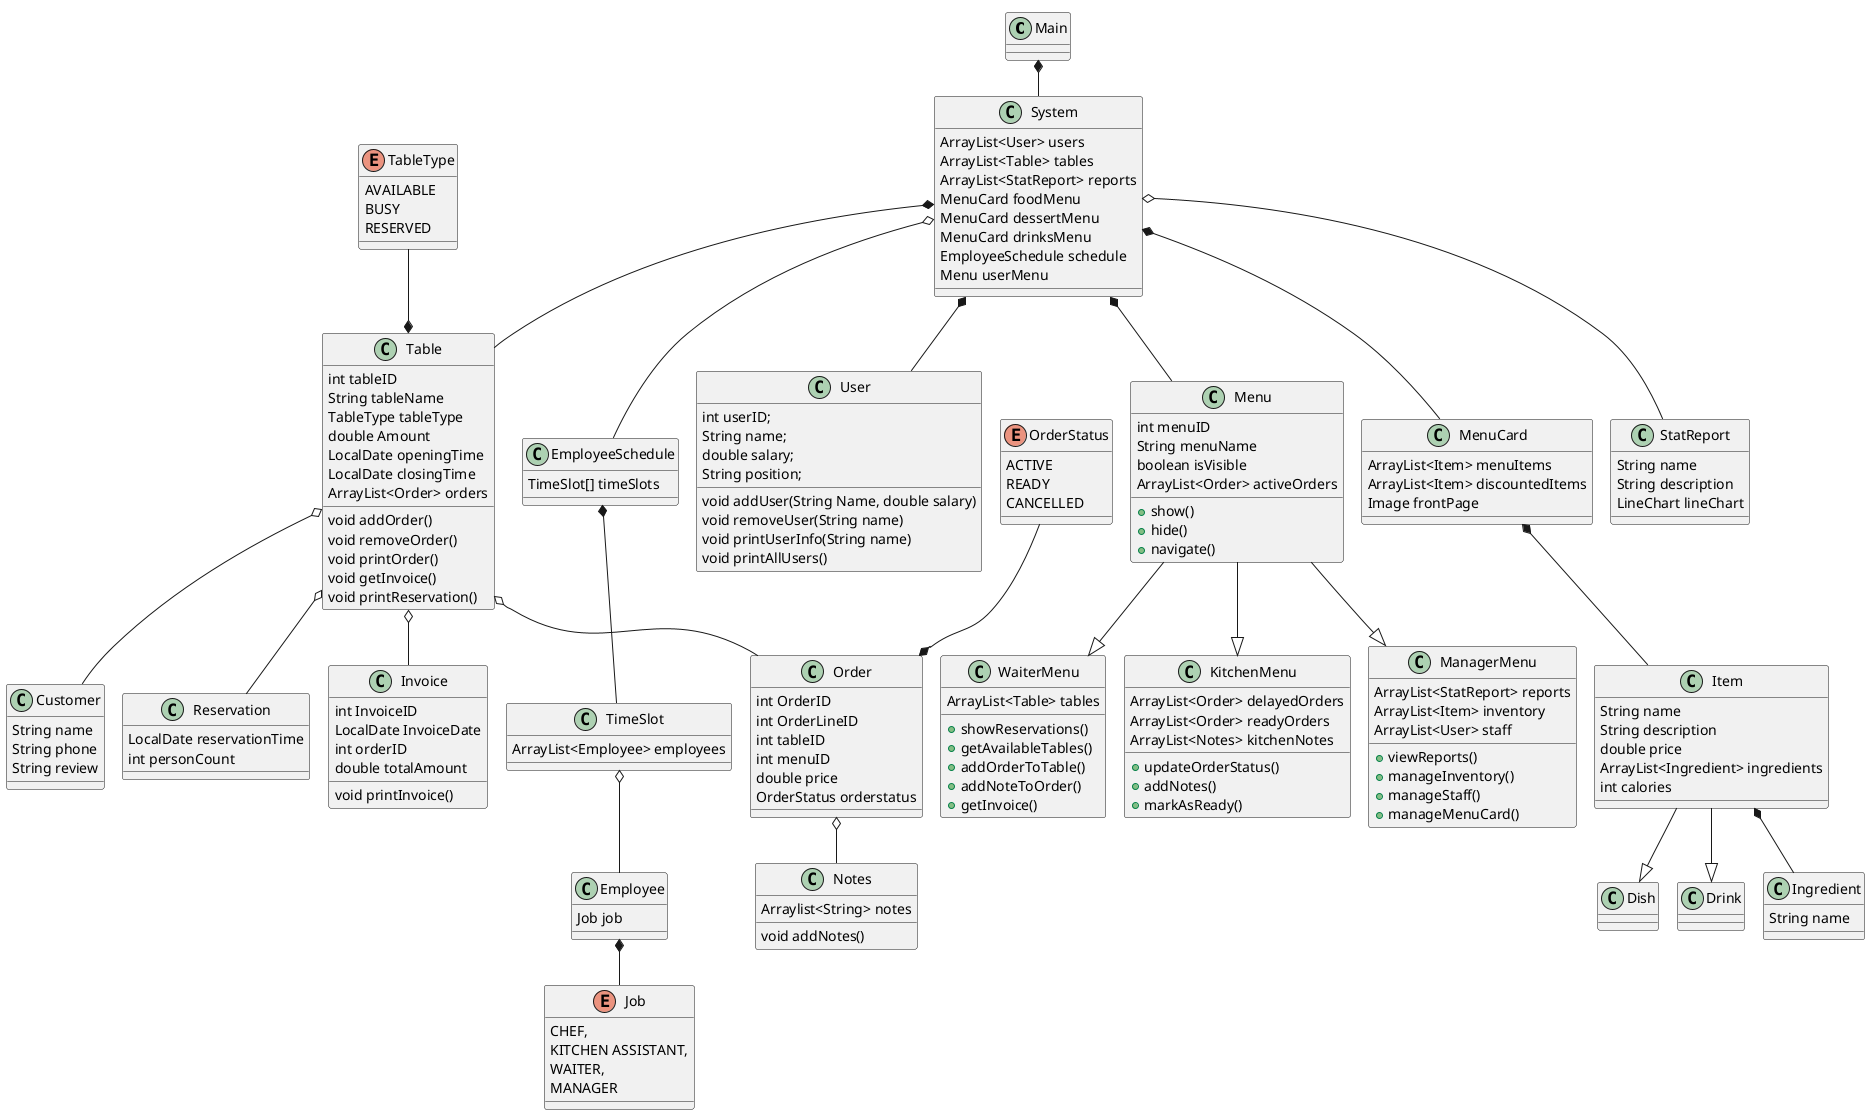
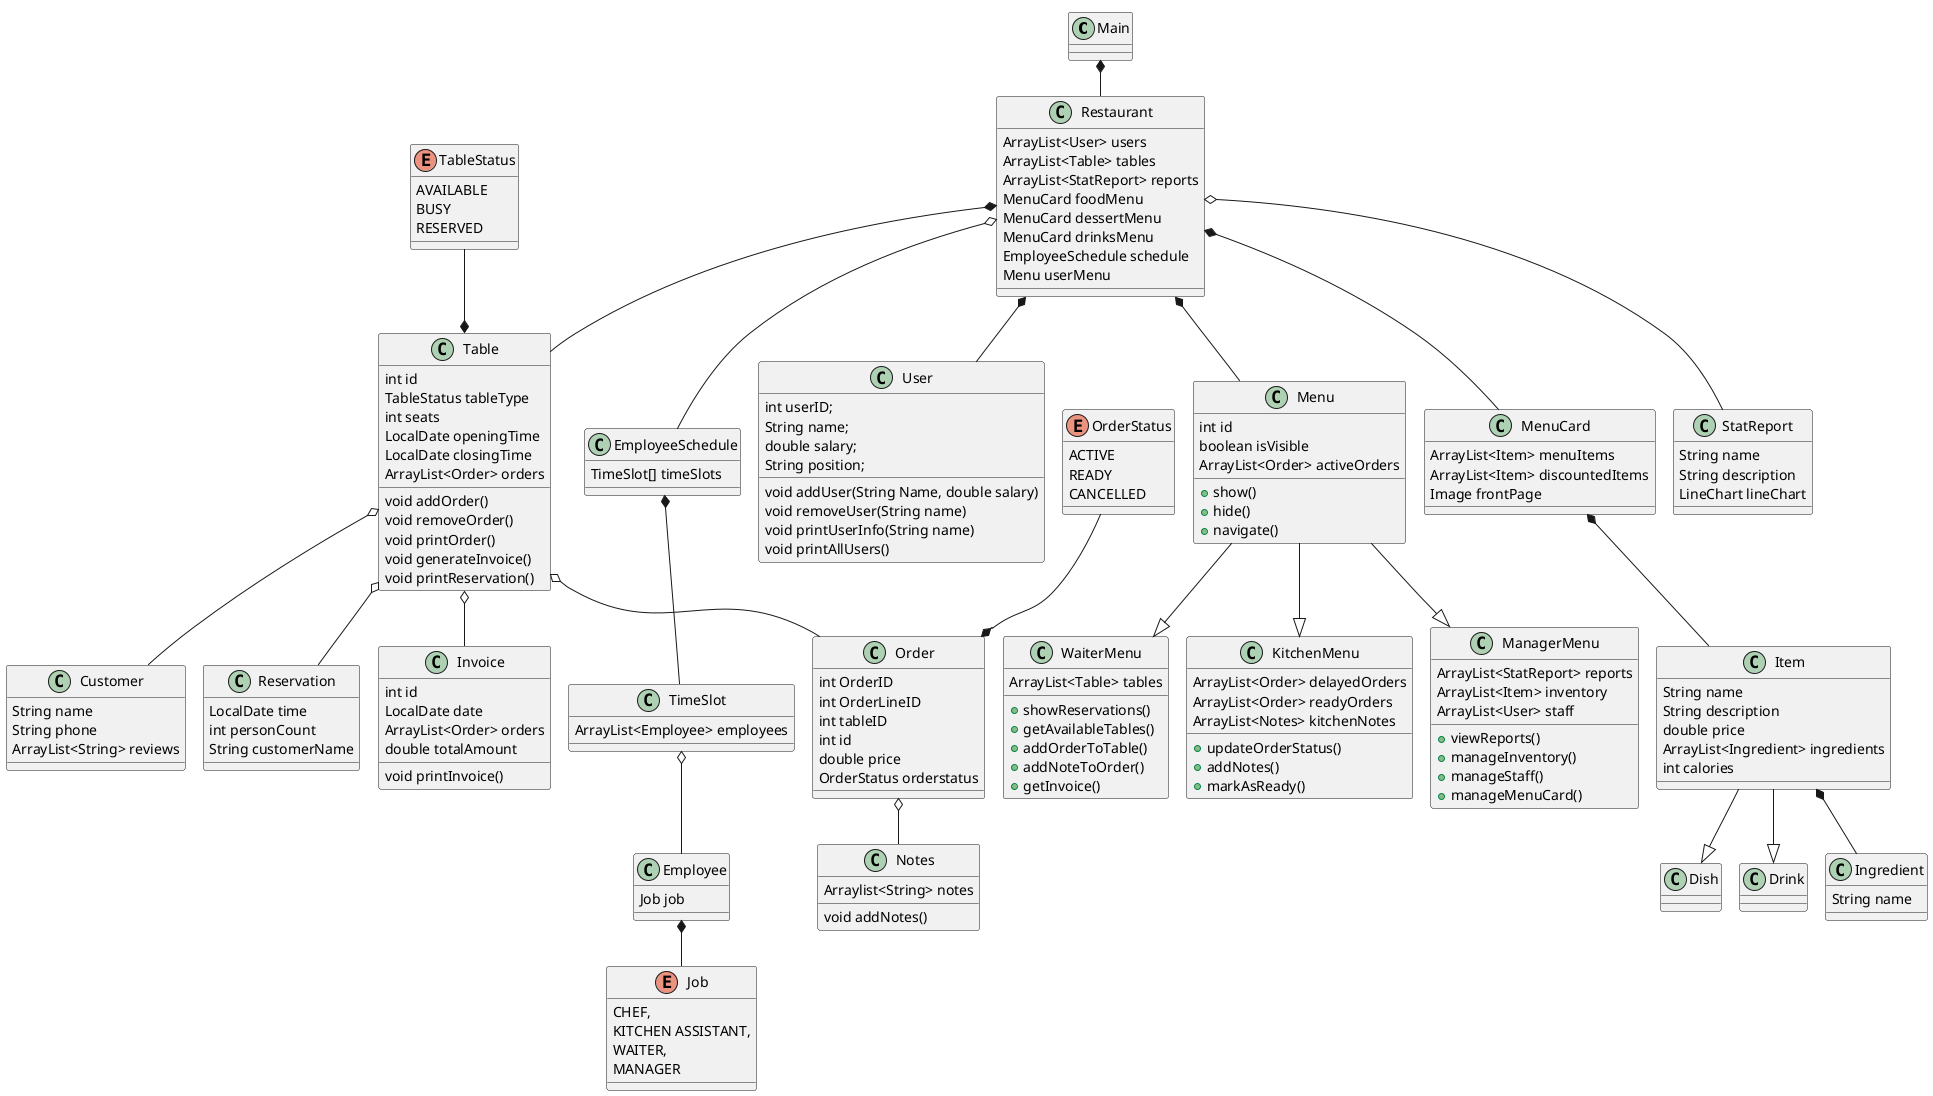
@startuml
!pragma layout smetana

' Del 1
class Main {

}
- class System {
+ class Restaurant {
ArrayList<User> users
ArrayList<Table> tables
ArrayList<StatReport> reports
MenuCard foodMenu
MenuCard dessertMenu
MenuCard drinksMenu
EmployeeSchedule schedule
Menu userMenu

}
class User {
int userID;
String name;
double salary;
String position;

void addUser(String Name, double salary)
void removeUser(String name)
void printUserInfo(String name)
void printAllUsers()



}

' Del 2
class Menu{
-     int menuID
-     String menuName
+     int id
    boolean isVisible
    ArrayList<Order> activeOrders
    + show()
    + hide()
    + navigate()
}

class KitchenMenu{
    ArrayList<Order> delayedOrders
    ArrayList<Order> readyOrders
    ArrayList<Notes> kitchenNotes
    + updateOrderStatus()
    + addNotes()
    + markAsReady()
}

class ManagerMenu {
    ArrayList<StatReport> reports
    ArrayList<Item> inventory
    ArrayList<User> staff
    + viewReports()
    + manageInventory()
    + manageStaff()
    + manageMenuCard()
}
class WaiterMenu {
    ArrayList<Table> tables
    + showReservations()
    + getAvailableTables()
    + addOrderToTable()
    + addNoteToOrder()
    + getInvoice()

}

' Del 3
class Table {
-     int tableID
-     String tableName
-     TableType tableType
-     double Amount
+     int id
+     TableStatus tableType
+     int seats
    LocalDate openingTime
    LocalDate closingTime
    ArrayList<Order> orders

    void addOrder()
    void removeOrder()
    void printOrder()
-     void getInvoice()
+     void generateInvoice()
    void printReservation()
}
- enum TableType {
+ enum TableStatus {
    AVAILABLE
    BUSY
    RESERVED
}
class Customer {
    String name
    String phone
-     String review
+     ArrayList<String> reviews
}
class Reservation {
-     LocalDate reservationTime
+     LocalDate time
    int personCount
+     String customerName
}

class Order {
    int OrderID
    int OrderLineID
    int tableID
-     int menuID
+     int id
    double price
    OrderStatus orderstatus

}

enum OrderStatus{
    ACTIVE
    READY
    CANCELLED
}

class Notes {
    Arraylist<String> notes
    void addNotes()
}
class Invoice {
-     int InvoiceID
-     LocalDate InvoiceDate
-     int orderID
+     int id
+     LocalDate date
+     ArrayList<Order> orders
    double totalAmount
    void printInvoice()
}

' Del 4
class MenuCard {
    ArrayList<Item> menuItems
    ArrayList<Item> discountedItems
    Image frontPage
}
class Item {
    String name
    String description
    double price
    ArrayList<Ingredient> ingredients
    int calories
}
class Dish
class Drink
class Ingredient {
    String name
}
class StatReport {
    String name
    String description
    LineChart lineChart
}
class EmployeeSchedule {
    TimeSlot[] timeSlots
}

class TimeSlot {
    ArrayList<Employee> employees
}

class Employee {
    Job job
}

enum Job {
    CHEF,
    KITCHEN ASSISTANT,
    WAITER,
    MANAGER
}
- Main *-- System
- System *-- User
- System *-- Menu
+ Main *-- Restaurant
+ Restaurant *-- User
+ Restaurant *-- Menu
Menu --|> KitchenMenu
Menu --|> ManagerMenu
Menu --|> WaiterMenu
- System *-- MenuCard
- System *-- Table
- TableType --* Table
+ Restaurant *-- MenuCard
+ Restaurant *-- Table
+ TableStatus --* Table
Table o-- Order
Order o-- Notes
OrderStatus --* Order
Table o-- Customer
Table o-- Invoice
Table o-- Reservation
- System o-- StatReport
- System o-- EmployeeSchedule
+ Restaurant o-- StatReport
+ Restaurant o-- EmployeeSchedule
EmployeeSchedule *-- TimeSlot
TimeSlot o-- Employee
Employee *-- Job
MenuCard *-- Item
Item --|> Dish
Item --|> Drink
Item *-- Ingredient

@enduml